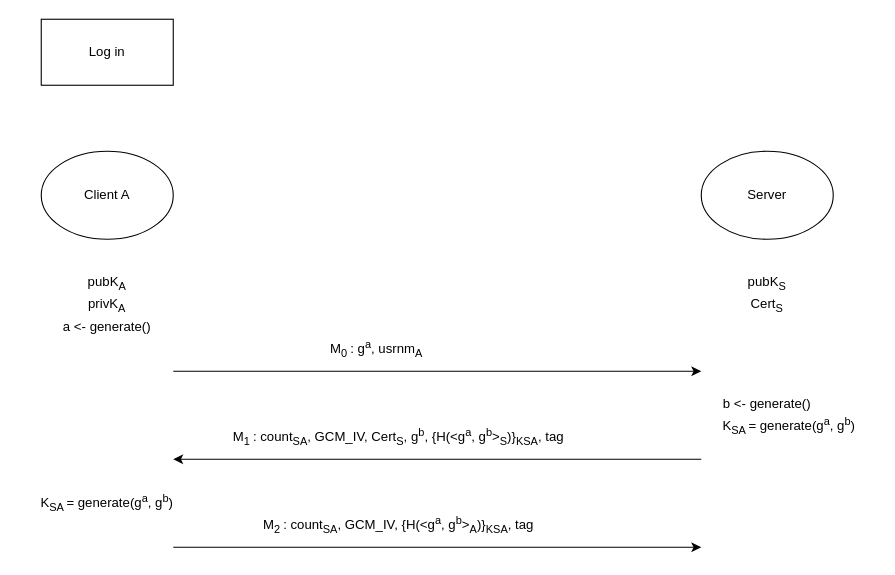
sinagh72/FOC keeps this draw.io diagram as page "Log in" (1 of 8) of diagrams/detailled_protocols.drawio. Above is the earlier version. Source tidied: cells renumbered, new cells numbered last; positions are measured from the earlier drawing's top-left corner, leaving out a move shared by most shapes. Both pictures are drawn from the tidied source at 110%, with x=0, y=0 at pixel (19, 19).
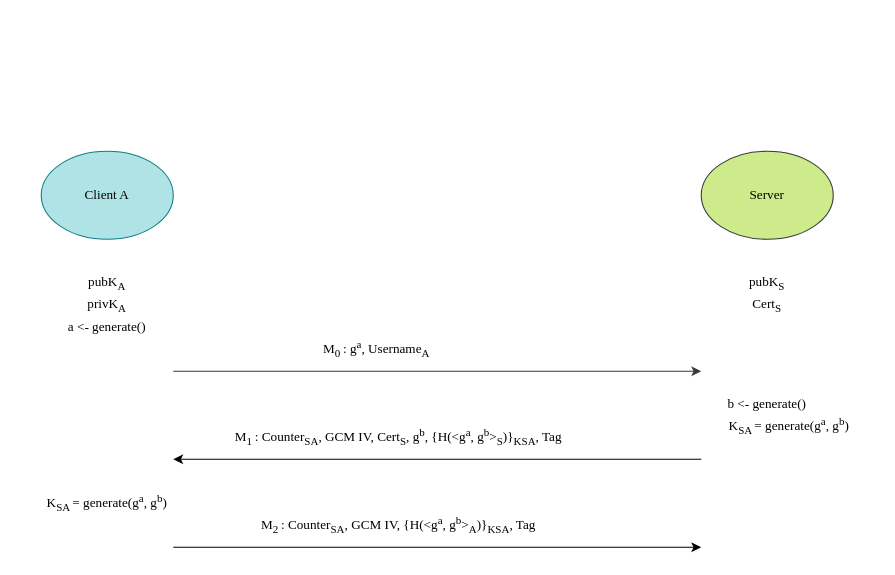
After the change.

What changed in the source:
```diff
@@
-    <mxCell id="2" value="Log in" style="rounded=0;whiteSpace=wrap;html=1;" parent="1" vertex="1">
-      <mxGeometry x="20" width="120" height="60" as="geometry" />
-    </mxCell>
-    <mxCell id="3" value="Client A" style="ellipse;whiteSpace=wrap;html=1;" parent="1" vertex="1">
+    <mxCell id="3" value="Client A" style="ellipse;whiteSpace=wrap;html=1;fontFamily=Times New Roman;fillColor=#b0e3e6;strokeColor=#0e8088;" parent="1" vertex="1">
       <mxGeometry x="20" y="120" width="120" height="80" as="geometry" />
     </mxCell>
-    <mxCell id="4" value="Server" style="ellipse;whiteSpace=wrap;html=1;" parent="1" vertex="1">
+    <mxCell id="4" value="Server" style="ellipse;whiteSpace=wrap;html=1;fontFamily=Times New Roman;fillColor=#cdeb8b;strokeColor=#36393d;" parent="1" vertex="1">
       <mxGeometry x="620" y="120" width="120" height="80" as="geometry" />
     </mxCell>
-    <mxCell id="5" value="&lt;div&gt;pubK&lt;sub&gt;A&lt;/sub&gt;&lt;/div&gt;" style="text;html=1;strokeColor=none;fillColor=none;align=center;verticalAlign=middle;whiteSpace=wrap;rounded=0;" parent="1" vertex="1">
+    <mxCell id="5" value="&lt;div&gt;pubK&lt;sub&gt;A&lt;/sub&gt;&lt;/div&gt;" style="text;html=1;strokeColor=none;fillColor=none;align=center;verticalAlign=middle;whiteSpace=wrap;rounded=0;fontFamily=Times New Roman;" parent="1" vertex="1">
       <mxGeometry x="60" y="230" width="40" height="20" as="geometry" />
     </mxCell>
-    <mxCell id="6" value="a &amp;lt;- generate()" style="text;html=1;strokeColor=none;fillColor=none;align=center;verticalAlign=middle;whiteSpace=wrap;rounded=0;" parent="1" vertex="1">
+    <mxCell id="6" value="a &amp;lt;- generate()" style="text;html=1;strokeColor=none;fillColor=none;align=center;verticalAlign=middle;whiteSpace=wrap;rounded=0;fontFamily=Times New Roman;" parent="1" vertex="1">
       <mxGeometry x="35" y="270" width="90" height="20" as="geometry" />
     </mxCell>
-    <mxCell id="7" value="privK&lt;sub&gt;A&lt;/sub&gt;" style="text;html=1;strokeColor=none;fillColor=none;align=center;verticalAlign=middle;whiteSpace=wrap;rounded=0;" parent="1" vertex="1">
+    <mxCell id="7" value="privK&lt;sub&gt;A&lt;/sub&gt;" style="text;html=1;strokeColor=none;fillColor=none;align=center;verticalAlign=middle;whiteSpace=wrap;rounded=0;fontFamily=Times New Roman;" parent="1" vertex="1">
       <mxGeometry x="60" y="250" width="40" height="20" as="geometry" />
     </mxCell>
-    <mxCell id="8" value="pubK&lt;sub&gt;S&lt;/sub&gt;" style="text;html=1;strokeColor=none;fillColor=none;align=center;verticalAlign=middle;whiteSpace=wrap;rounded=0;" parent="1" vertex="1">
+    <mxCell id="8" value="pubK&lt;sub&gt;S&lt;/sub&gt;" style="text;html=1;strokeColor=none;fillColor=none;align=center;verticalAlign=middle;whiteSpace=wrap;rounded=0;fontFamily=Times New Roman;" parent="1" vertex="1">
       <mxGeometry x="660" y="230" width="40" height="20" as="geometry" />
     </mxCell>
-    <mxCell id="9" value="Cert&lt;sub&gt;S&lt;/sub&gt;" style="text;html=1;strokeColor=none;fillColor=none;align=center;verticalAlign=middle;whiteSpace=wrap;rounded=0;" parent="1" vertex="1">
+    <mxCell id="9" value="Cert&lt;sub&gt;S&lt;/sub&gt;" style="text;html=1;strokeColor=none;fillColor=none;align=center;verticalAlign=middle;whiteSpace=wrap;rounded=0;fontFamily=Times New Roman;" parent="1" vertex="1">
       <mxGeometry x="660" y="250" width="40" height="20" as="geometry" />
     </mxCell>
-    <mxCell id="10" style="endArrow=classic;html=1;" parent="1" edge="1">
+    <mxCell id="10" style="endArrow=classic;html=1;fontFamily=Times New Roman;fillColor=#ffcc99;strokeColor=#36393d;" parent="1" edge="1">
       <mxGeometry relative="1" as="geometry">
         <mxPoint x="140" y="320" as="sourcePoint" />
         <mxPoint x="620" y="320" as="targetPoint" />
       </mxGeometry>
     </mxCell>
-    <mxCell id="11" value="M&lt;sub&gt;0 &lt;/sub&gt;: g&lt;sup&gt;a&lt;/sup&gt;, usrnm&lt;sub&gt;A&lt;/sub&gt;&lt;br&gt;&lt;sub&gt;&lt;/sub&gt;" style="text;html=1;strokeColor=none;fillColor=none;align=center;verticalAlign=middle;whiteSpace=wrap;rounded=0;" parent="1" vertex="1">
+    <mxCell id="11" value="M&lt;sub&gt;0 &lt;/sub&gt;: g&lt;sup&gt;a&lt;/sup&gt;, Username&lt;sub&gt;A&lt;/sub&gt;&lt;br&gt;&lt;sub&gt;&lt;/sub&gt;" style="text;html=1;strokeColor=none;fillColor=none;align=center;verticalAlign=middle;whiteSpace=wrap;rounded=0;fontFamily=Times New Roman;" parent="1" vertex="1">
       <mxGeometry x="160" y="290" width="330" height="20" as="geometry" />
     </mxCell>
-    <mxCell id="12" value="b &amp;lt;- generate()" style="text;html=1;strokeColor=none;fillColor=none;align=center;verticalAlign=middle;whiteSpace=wrap;rounded=0;" parent="1" vertex="1">
+    <mxCell id="12" value="b &amp;lt;- generate()" style="text;html=1;strokeColor=none;fillColor=none;align=center;verticalAlign=middle;whiteSpace=wrap;rounded=0;fontFamily=Times New Roman;" parent="1" vertex="1">
       <mxGeometry x="620" y="340" width="120" height="20" as="geometry" />
     </mxCell>
-    <mxCell id="13" value="K&lt;sub&gt;SA &lt;/sub&gt;= generate(g&lt;sup&gt;a&lt;/sup&gt;, g&lt;sup&gt;b&lt;/sup&gt;)&lt;br&gt;&lt;sub&gt;&lt;/sub&gt;" style="text;html=1;strokeColor=none;fillColor=none;align=center;verticalAlign=middle;whiteSpace=wrap;rounded=0;" parent="1" vertex="1">
+    <mxCell id="13" value="K&lt;sub&gt;SA &lt;/sub&gt;= generate(g&lt;sup&gt;a&lt;/sup&gt;, g&lt;sup&gt;b&lt;/sup&gt;)&lt;br&gt;&lt;sub&gt;&lt;/sub&gt;" style="text;html=1;strokeColor=none;fillColor=none;align=center;verticalAlign=middle;whiteSpace=wrap;rounded=0;fontFamily=Times New Roman;" parent="1" vertex="1">
       <mxGeometry x="620" y="360" width="160" height="20" as="geometry" />
     </mxCell>
-    <mxCell id="14" style="endArrow=classic;html=1;" parent="1" edge="1">
+    <mxCell id="14" style="endArrow=classic;html=1;fontFamily=Times New Roman;" parent="1" edge="1">
       <mxGeometry relative="1" as="geometry">
         <mxPoint x="620" y="400" as="sourcePoint" />
         <mxPoint x="140" y="400" as="targetPoint" />
       </mxGeometry>
     </mxCell>
-    <mxCell id="15" value="M&lt;sub&gt;1 &lt;/sub&gt;: count&lt;sub&gt;SA&lt;/sub&gt;, GCM_IV, Cert&lt;sub&gt;S&lt;/sub&gt;, g&lt;sup&gt;b&lt;/sup&gt;, {H(&amp;lt;g&lt;sup&gt;a&lt;/sup&gt;, g&lt;sup&gt;b&lt;/sup&gt;&amp;gt;&lt;sub&gt;S&lt;/sub&gt;)}&lt;sub&gt;KSA&lt;/sub&gt;, tag" style="text;html=1;strokeColor=none;fillColor=none;align=center;verticalAlign=middle;whiteSpace=wrap;rounded=0;" parent="1" vertex="1">
+    <mxCell id="15" value="M&lt;sub&gt;1 &lt;/sub&gt;: Counter&lt;sub&gt;SA&lt;/sub&gt;, GCM IV, Cert&lt;sub&gt;S&lt;/sub&gt;, g&lt;sup&gt;b&lt;/sup&gt;, {H(&amp;lt;g&lt;sup&gt;a&lt;/sup&gt;, g&lt;sup&gt;b&lt;/sup&gt;&amp;gt;&lt;sub&gt;S&lt;/sub&gt;)}&lt;sub&gt;KSA&lt;/sub&gt;, Tag" style="text;html=1;strokeColor=none;fillColor=none;align=center;verticalAlign=middle;whiteSpace=wrap;rounded=0;fontFamily=Times New Roman;" parent="1" vertex="1">
       <mxGeometry x="170" y="370" width="350" height="20" as="geometry" />
     </mxCell>
-    <mxCell id="16" value="K&lt;sub&gt;SA &lt;/sub&gt;= generate(g&lt;sup&gt;a&lt;/sup&gt;, g&lt;sup&gt;b&lt;/sup&gt;)&lt;br&gt;&lt;sub&gt;&lt;/sub&gt;" style="text;html=1;strokeColor=none;fillColor=none;align=center;verticalAlign=middle;whiteSpace=wrap;rounded=0;" parent="1" vertex="1">
+    <mxCell id="16" value="K&lt;sub&gt;SA &lt;/sub&gt;= generate(g&lt;sup&gt;a&lt;/sup&gt;, g&lt;sup&gt;b&lt;/sup&gt;)&lt;br&gt;&lt;sub&gt;&lt;/sub&gt;" style="text;html=1;strokeColor=none;fillColor=none;align=center;verticalAlign=middle;whiteSpace=wrap;rounded=0;fontFamily=Times New Roman;" parent="1" vertex="1">
       <mxGeometry y="430" width="160" height="20" as="geometry" />
     </mxCell>
-    <mxCell id="17" style="endArrow=classic;html=1;" parent="1" edge="1">
+    <mxCell id="17" style="endArrow=classic;html=1;fontFamily=Times New Roman;" parent="1" edge="1">
       <mxGeometry relative="1" as="geometry">
         <mxPoint x="140" y="480" as="sourcePoint" />
         <mxPoint x="620" y="480" as="targetPoint" />
       </mxGeometry>
     </mxCell>
-    <mxCell id="18" value="M&lt;sub&gt;2 &lt;/sub&gt;: count&lt;sub&gt;SA&lt;/sub&gt;, GCM_IV, {H(&amp;lt;g&lt;sup&gt;a&lt;/sup&gt;, g&lt;sup&gt;b&lt;/sup&gt;&amp;gt;&lt;sub&gt;A&lt;/sub&gt;)}&lt;sub&gt;KSA&lt;/sub&gt;, tag" style="text;html=1;strokeColor=none;fillColor=none;align=center;verticalAlign=middle;whiteSpace=wrap;rounded=0;" parent="1" vertex="1">
+    <mxCell id="18" value="M&lt;sub&gt;2 &lt;/sub&gt;: Counter&lt;sub&gt;SA&lt;/sub&gt;, GCM IV, {H(&amp;lt;g&lt;sup&gt;a&lt;/sup&gt;, g&lt;sup&gt;b&lt;/sup&gt;&amp;gt;&lt;sub&gt;A&lt;/sub&gt;)}&lt;sub&gt;KSA&lt;/sub&gt;, Tag" style="text;html=1;strokeColor=none;fillColor=none;align=center;verticalAlign=middle;whiteSpace=wrap;rounded=0;fontFamily=Times New Roman;" parent="1" vertex="1">
       <mxGeometry x="170" y="450" width="350" height="20" as="geometry" />
     </mxCell>
```
